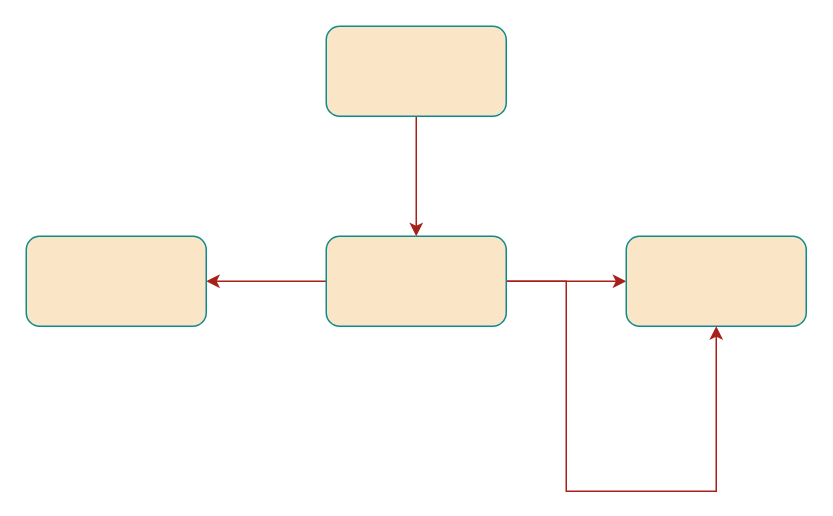
Before: 未命名绘图.drawio in xie-dd/drawio, a draw.io diagram. Source tidied: cells renumbered, new cells numbered last; positions are measured from the earlier drawing's top-left corner, leaving out a move shared by most shapes. Both pictures are drawn from the tidied source at 150%, with x=0, y=0 at pixel (26, 26).
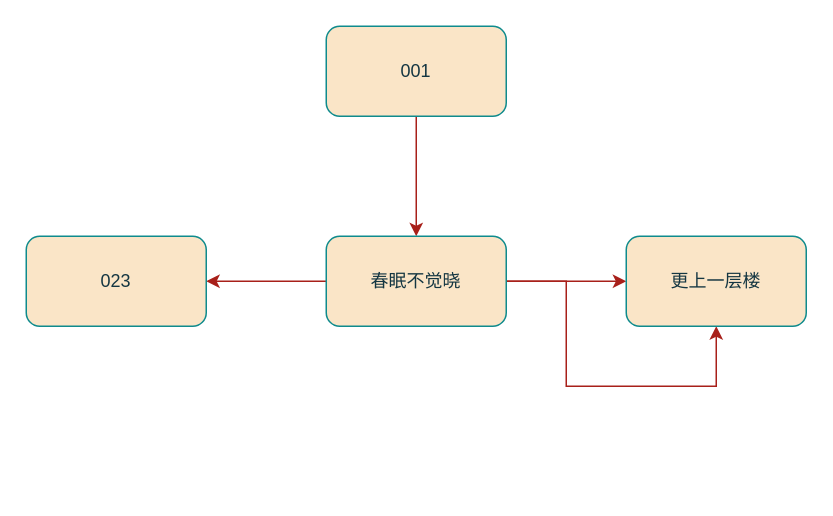
Above is the later version.

Commit message (it also covers changes not shown here):
更新未命名绘图.drawio

The edit, as a diff of the source:
```diff
@@
 <mxGraphModel>
   <root>
     <mxCell id="0" />
     <mxCell id="1" parent="0" />
     <mxCell id="2" style="edgeStyle=orthogonalEdgeStyle;rounded=0;jettySize=auto;html=1;labelBackgroundColor=none;strokeColor=#A8201A;fontColor=default;" parent="1" edge="1" source="3" target="7">
       <mxGeometry relative="1" as="geometry" />
     </mxCell>
-    <mxCell id="3" style="rounded=1;whiteSpace=wrap;html=1;labelBackgroundColor=none;fillColor=#FAE5C7;strokeColor=#0F8B8D;fontColor=#143642;" parent="1" vertex="1">
+    <mxCell id="3" value="001" style="rounded=1;whiteSpace=wrap;html=1;labelBackgroundColor=none;fillColor=#FAE5C7;strokeColor=#0F8B8D;fontColor=#143642;" parent="1" vertex="1">
       <mxGeometry x="200" width="120" height="60" as="geometry" />
     </mxCell>
     <mxCell id="4" style="edgeStyle=orthogonalEdgeStyle;rounded=0;jettySize=auto;html=1;labelBackgroundColor=none;strokeColor=#A8201A;fontColor=default;" parent="1" edge="1" source="7" target="8">
       <mxGeometry relative="1" as="geometry" />
     </mxCell>
     <mxCell id="5" style="edgeStyle=orthogonalEdgeStyle;rounded=0;jettySize=auto;html=1;labelBackgroundColor=none;strokeColor=#A8201A;fontColor=default;" parent="1" edge="1" source="7" target="9">
       <mxGeometry relative="1" as="geometry" />
     </mxCell>
     <mxCell id="6" style="edgeStyle=orthogonalEdgeStyle;rounded=0;jettySize=auto;html=1;entryX=0.5;entryY=1;entryDx=0;entryDy=0;strokeColor=#A8201A;fontColor=#143642;fillColor=#FAE5C7;" parent="1" edge="1" source="7" target="9">
       <mxGeometry relative="1" as="geometry">
         <Array as="points">
           <mxPoint x="360" y="170" />
-          <mxPoint x="360" y="310" />
-          <mxPoint x="460" y="310" />
+          <mxPoint x="360" y="240" />
+          <mxPoint x="460" y="240" />
         </Array>
       </mxGeometry>
     </mxCell>
-    <mxCell id="7" style="whiteSpace=wrap;html=1;rounded=1;labelBackgroundColor=none;fillColor=#FAE5C7;strokeColor=#0F8B8D;fontColor=#143642;" parent="1" vertex="1">
+    <mxCell id="7" value="春眠不觉晓" style="whiteSpace=wrap;html=1;rounded=1;labelBackgroundColor=none;fillColor=#FAE5C7;strokeColor=#0F8B8D;fontColor=#143642;" parent="1" vertex="1">
       <mxGeometry x="200" y="140" width="120" height="60" as="geometry" />
     </mxCell>
-    <mxCell id="8" style="whiteSpace=wrap;html=1;rounded=1;labelBackgroundColor=none;fillColor=#FAE5C7;strokeColor=#0F8B8D;fontColor=#143642;" parent="1" vertex="1">
+    <mxCell id="8" value="023" style="whiteSpace=wrap;html=1;rounded=1;labelBackgroundColor=none;fillColor=#FAE5C7;strokeColor=#0F8B8D;fontColor=#143642;" parent="1" vertex="1">
       <mxGeometry y="140" width="120" height="60" as="geometry" />
     </mxCell>
-    <mxCell id="9" style="whiteSpace=wrap;html=1;rounded=1;labelBackgroundColor=none;fillColor=#FAE5C7;strokeColor=#0F8B8D;fontColor=#143642;" parent="1" vertex="1">
+    <mxCell id="9" value="更上一层楼" style="whiteSpace=wrap;html=1;rounded=1;labelBackgroundColor=none;fillColor=#FAE5C7;strokeColor=#0F8B8D;fontColor=#143642;" parent="1" vertex="1">
       <mxGeometry x="400" y="140" width="120" height="60" as="geometry" />
     </mxCell>
   </root>
 </mxGraphModel>
```
